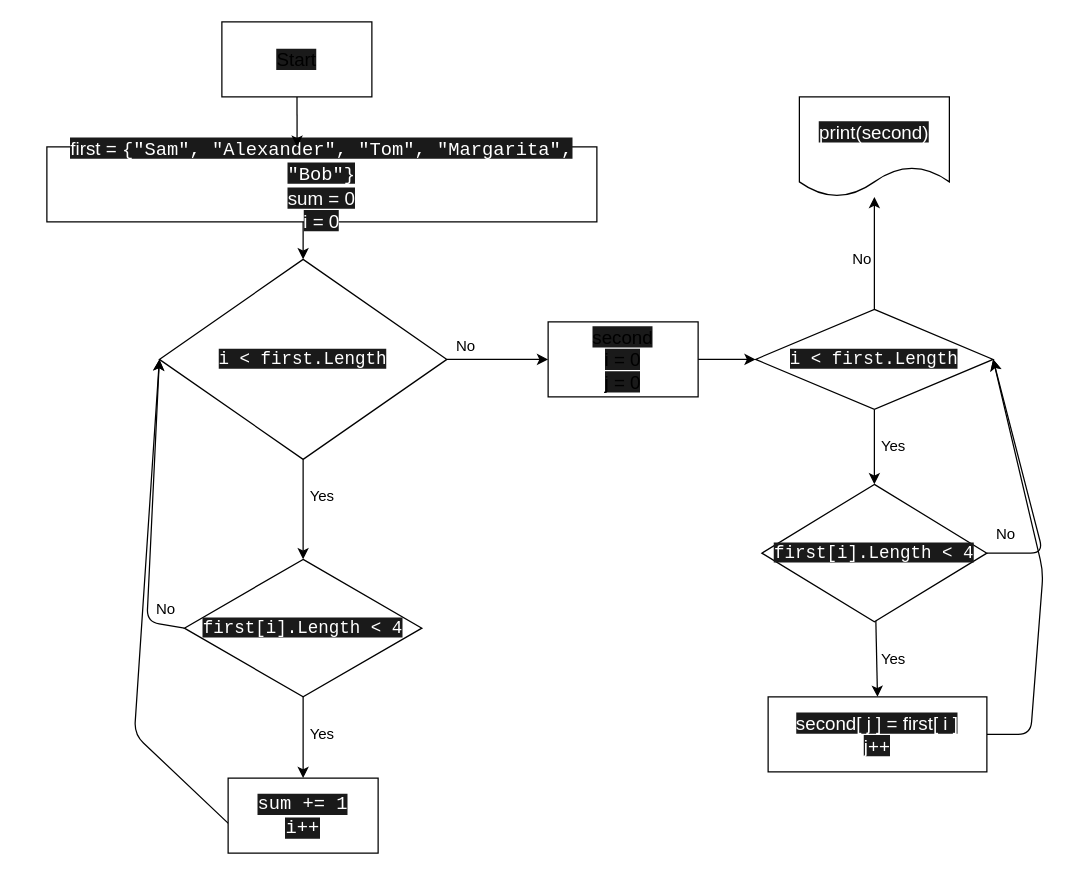
Before: FlowChart.drawio in Margaritonka/ControlTest, a draw.io diagram. Source tidied: cells renumbered, new cells numbered last; positions are measured from the earlier drawing's top-left corner, leaving out a move shared by most shapes. Both pictures are drawn from the tidied source at 125%, with x=0, y=0 at pixel (46, 21).
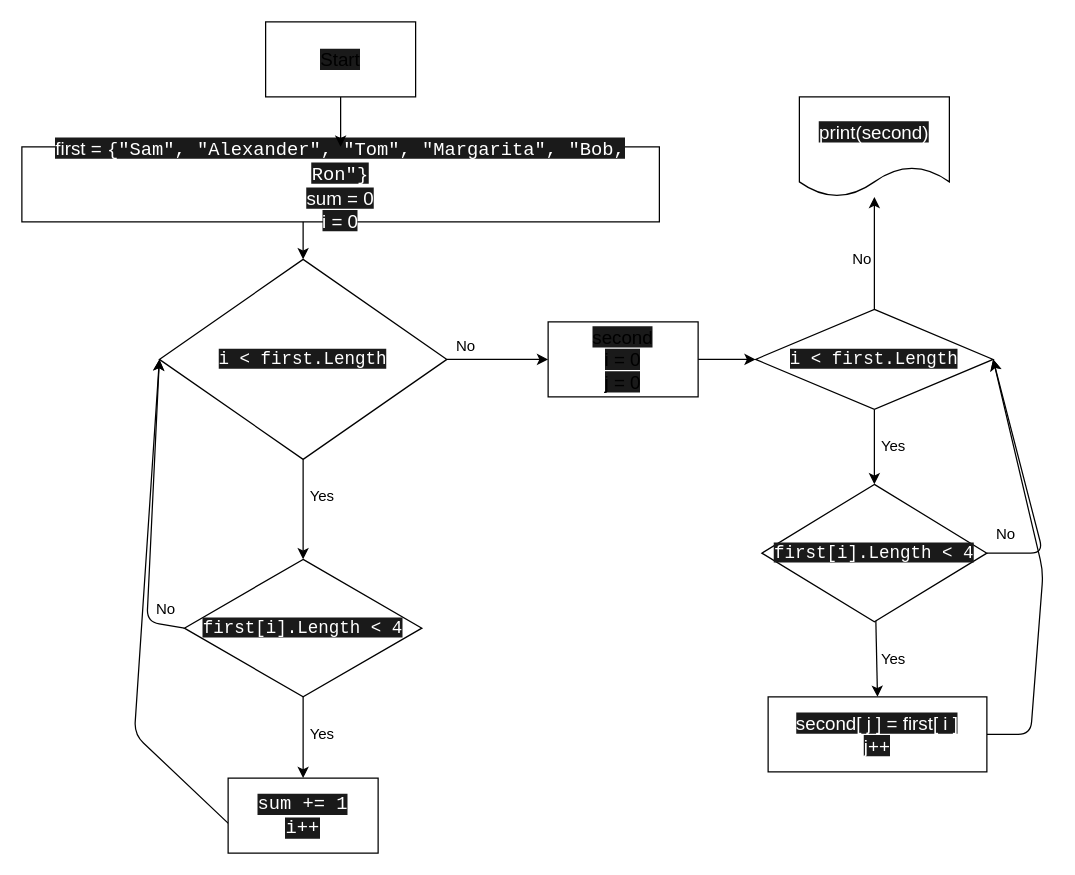
Above is the later version.

Commit message:
correct flowchart

The edit, as a diff of the source:
```diff
@@
-    <mxCell id="3" value="&lt;font style=&quot;font-size: 15px ; background-color: rgb(26 , 26 , 26)&quot; color=&quot;#ffffff&quot;&gt;first =&amp;nbsp;&lt;span style=&quot;font-family: &amp;#34;consolas&amp;#34; , &amp;#34;courier new&amp;#34; , monospace&quot;&gt;{&lt;/span&gt;&lt;span style=&quot;font-family: &amp;#34;consolas&amp;#34; , &amp;#34;courier new&amp;#34; , monospace&quot;&gt;&quot;Sam&quot;&lt;/span&gt;&lt;span style=&quot;font-family: &amp;#34;consolas&amp;#34; , &amp;#34;courier new&amp;#34; , monospace&quot;&gt;, &lt;/span&gt;&lt;span style=&quot;font-family: &amp;#34;consolas&amp;#34; , &amp;#34;courier new&amp;#34; , monospace&quot;&gt;&quot;Alexander&quot;&lt;/span&gt;&lt;span style=&quot;font-family: &amp;#34;consolas&amp;#34; , &amp;#34;courier new&amp;#34; , monospace&quot;&gt;, &lt;/span&gt;&lt;span style=&quot;font-family: &amp;#34;consolas&amp;#34; , &amp;#34;courier new&amp;#34; , monospace&quot;&gt;&quot;Tom&quot;&lt;/span&gt;&lt;span style=&quot;font-family: &amp;#34;consolas&amp;#34; , &amp;#34;courier new&amp;#34; , monospace&quot;&gt;, &lt;/span&gt;&lt;span style=&quot;font-family: &amp;#34;consolas&amp;#34; , &amp;#34;courier new&amp;#34; , monospace&quot;&gt;&quot;Margarita&quot;&lt;/span&gt;&lt;span style=&quot;font-family: &amp;#34;consolas&amp;#34; , &amp;#34;courier new&amp;#34; , monospace&quot;&gt;, &lt;/span&gt;&lt;span style=&quot;font-family: &amp;#34;consolas&amp;#34; , &amp;#34;courier new&amp;#34; , monospace&quot;&gt;&quot;Bob&quot;&lt;/span&gt;&lt;span style=&quot;font-family: &amp;#34;consolas&amp;#34; , &amp;#34;courier new&amp;#34; , monospace&quot;&gt;}&lt;/span&gt;&lt;br&gt;sum = 0&lt;br&gt;i = 0&lt;/font&gt;" style="rounded=0;whiteSpace=wrap;html=1;align=center;" parent="1" vertex="1">
-      <mxGeometry y="100" width="440" height="60" as="geometry" />
+    <mxCell id="3" value="&lt;font style=&quot;font-size: 15px ; background-color: rgb(26 , 26 , 26)&quot; color=&quot;#ffffff&quot;&gt;first =&amp;nbsp;&lt;span style=&quot;font-family: &amp;#34;consolas&amp;#34; , &amp;#34;courier new&amp;#34; , monospace&quot;&gt;{&lt;/span&gt;&lt;span style=&quot;font-family: &amp;#34;consolas&amp;#34; , &amp;#34;courier new&amp;#34; , monospace&quot;&gt;&quot;Sam&quot;&lt;/span&gt;&lt;span style=&quot;font-family: &amp;#34;consolas&amp;#34; , &amp;#34;courier new&amp;#34; , monospace&quot;&gt;, &lt;/span&gt;&lt;span style=&quot;font-family: &amp;#34;consolas&amp;#34; , &amp;#34;courier new&amp;#34; , monospace&quot;&gt;&quot;Alexander&quot;&lt;/span&gt;&lt;span style=&quot;font-family: &amp;#34;consolas&amp;#34; , &amp;#34;courier new&amp;#34; , monospace&quot;&gt;, &lt;/span&gt;&lt;span style=&quot;font-family: &amp;#34;consolas&amp;#34; , &amp;#34;courier new&amp;#34; , monospace&quot;&gt;&quot;Tom&quot;&lt;/span&gt;&lt;span style=&quot;font-family: &amp;#34;consolas&amp;#34; , &amp;#34;courier new&amp;#34; , monospace&quot;&gt;, &lt;/span&gt;&lt;span style=&quot;font-family: &amp;#34;consolas&amp;#34; , &amp;#34;courier new&amp;#34; , monospace&quot;&gt;&quot;Margarita&quot;&lt;/span&gt;&lt;span style=&quot;font-family: &amp;#34;consolas&amp;#34; , &amp;#34;courier new&amp;#34; , monospace&quot;&gt;, &lt;/span&gt;&lt;span style=&quot;font-family: &amp;#34;consolas&amp;#34; , &amp;#34;courier new&amp;#34; , monospace&quot;&gt;&quot;Bob, Ron&quot;&lt;/span&gt;&lt;span style=&quot;font-family: &amp;#34;consolas&amp;#34; , &amp;#34;courier new&amp;#34; , monospace&quot;&gt;}&lt;/span&gt;&lt;br&gt;sum = 0&lt;br&gt;i = 0&lt;/font&gt;" style="rounded=0;whiteSpace=wrap;html=1;align=center;" parent="1" vertex="1">
+      <mxGeometry x="-20" y="100" width="510" height="60" as="geometry" />
     </mxCell>
@@
-    <mxCell id="16" style="edgeStyle=none;html=1;entryX=0.455;entryY=0;entryDx=0;entryDy=0;entryPerimeter=0;" parent="1" edge="1" source="17" target="3">
+    <mxCell id="16" style="edgeStyle=none;html=1;" parent="1" edge="1" source="17" target="3">
       <mxGeometry relative="1" as="geometry" />
     </mxCell>
     <mxCell id="17" value="&lt;font style=&quot;font-size: 15px ; background-color: rgb(26 , 26 , 26)&quot;&gt;Start&lt;/font&gt;" style="rounded=0;whiteSpace=wrap;html=1;" parent="1" vertex="1">
-      <mxGeometry x="140" width="120" height="60" as="geometry" />
+      <mxGeometry x="175" width="120" height="60" as="geometry" />
     </mxCell>
```
